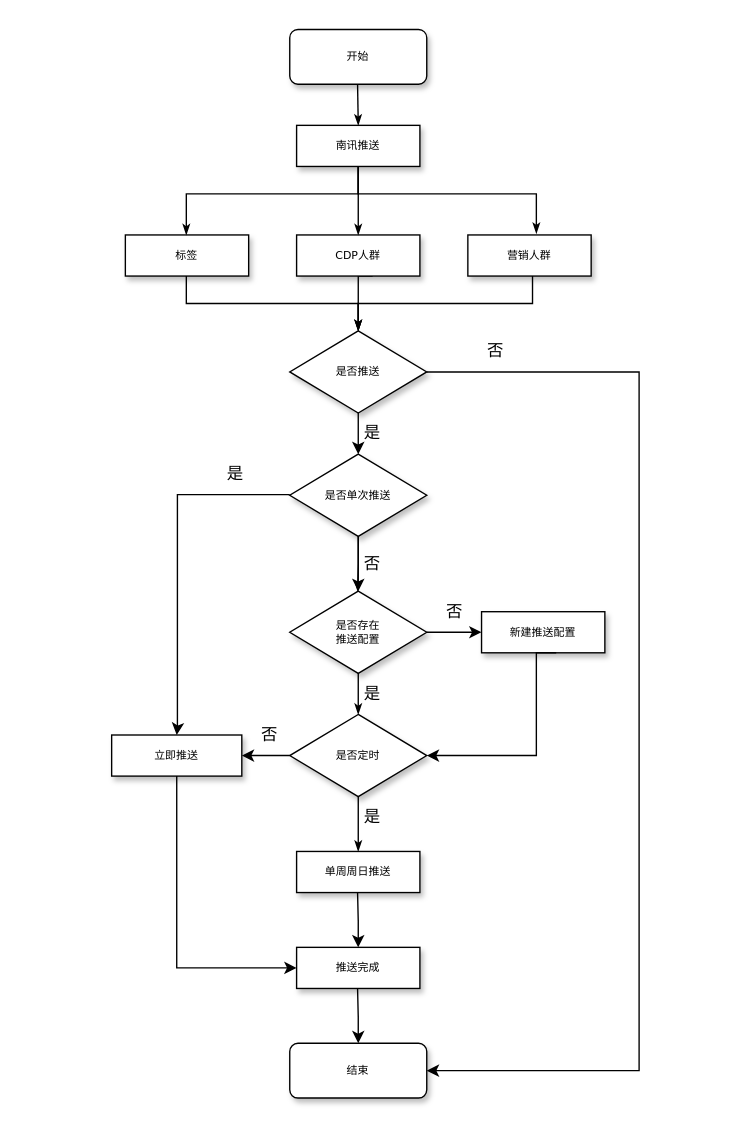
This is Dashboard流程图.drawio from natyuen/huatu, a draw.io file, before an edit. Source tidied: cells renumbered, new cells numbered last; positions are measured from the earlier drawing's top-left corner, leaving out a move shared by most shapes. Both pictures are drawn from the tidied source at 137%, with x=0, y=0 at pixel (-40, 29).
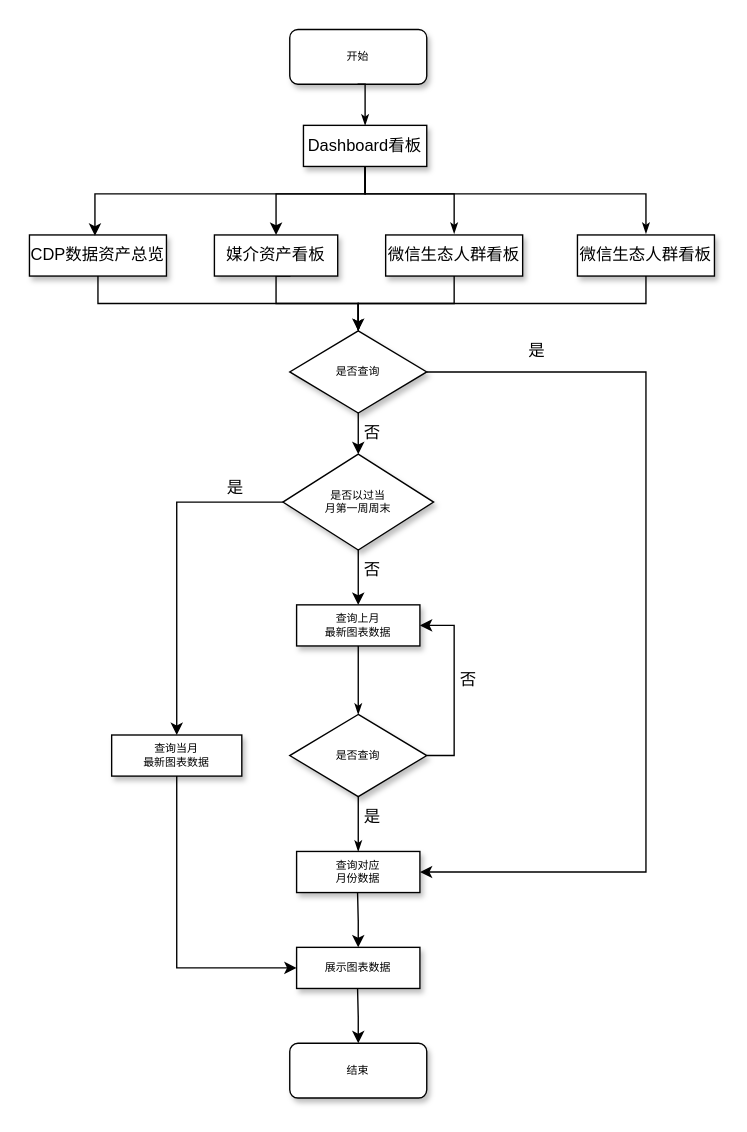
Above is the later version.

Commit message:
更新Dashboard流程图.drawio

The edit, as a diff of the source:
```diff
@@
-    <mxCell id="3" value="南讯推送" style="rounded=0;whiteSpace=wrap;html=1;shadow=1;labelBackgroundColor=none;strokeWidth=1;fontFamily=Verdana;fontSize=8;align=center;" parent="1" vertex="1">
-      <mxGeometry x="245" y="70" width="90" height="30" as="geometry" />
+    <mxCell id="3" value="&lt;font style=&quot;font-family: Helvetica; font-size: 12px;&quot;&gt;&lt;span style=&quot;font-family: Calibri; text-align: justify; background-color: initial;&quot;&gt;D&lt;/span&gt;&lt;span style=&quot;text-align: justify; background-color: initial; font-family: 宋体;&quot;&gt;&lt;font face=&quot;Calibri&quot;&gt;ash&lt;/font&gt;&lt;/span&gt;&lt;span style=&quot;font-family: Calibri; text-align: justify; background-color: initial;&quot;&gt;board&lt;/span&gt;&lt;/font&gt;&lt;span style=&quot;font-size: 12px; background-color: initial; font-family: Calibri; text-align: justify;&quot;&gt;看板&lt;/span&gt;" style="rounded=0;whiteSpace=wrap;html=1;shadow=1;labelBackgroundColor=none;strokeWidth=1;fontFamily=Verdana;fontSize=8;align=center;" parent="1" vertex="1">
+      <mxGeometry x="250" y="70" width="90" height="30" as="geometry" />
     </mxCell>
-    <mxCell id="4" value="是否推送" style="rhombus;whiteSpace=wrap;html=1;rounded=0;shadow=1;labelBackgroundColor=none;strokeWidth=1;fontFamily=Verdana;fontSize=8;align=center;" parent="1" vertex="1">
+    <mxCell id="4" value="是否查询" style="rhombus;whiteSpace=wrap;html=1;rounded=0;shadow=1;labelBackgroundColor=none;strokeWidth=1;fontFamily=Verdana;fontSize=8;align=center;" parent="1" vertex="1">
       <mxGeometry x="240" y="220" width="100" height="60" as="geometry" />
     </mxCell>
@@
-    <mxCell id="7" value="立即推送" style="whiteSpace=wrap;html=1;rounded=0;shadow=1;labelBackgroundColor=none;strokeWidth=1;fontFamily=Verdana;fontSize=8;align=center;spacing=6;" parent="1" vertex="1">
+    <mxCell id="7" value="查询当月&lt;br&gt;最新图表数据" style="whiteSpace=wrap;html=1;rounded=0;shadow=1;labelBackgroundColor=none;strokeWidth=1;fontFamily=Verdana;fontSize=8;align=center;spacing=6;" parent="1" vertex="1">
       <mxGeometry x="110" y="515" width="95" height="30" as="geometry" />
     </mxCell>
-    <mxCell id="8" value="单周周日推送" style="whiteSpace=wrap;html=1;rounded=0;shadow=1;labelBackgroundColor=none;strokeWidth=1;fontFamily=Verdana;fontSize=8;align=center;" parent="1" vertex="1">
+    <mxCell id="8" value="查询对应&lt;br&gt;月份数据" style="whiteSpace=wrap;html=1;rounded=0;shadow=1;labelBackgroundColor=none;strokeWidth=1;fontFamily=Verdana;fontSize=8;align=center;" parent="1" vertex="1">
       <mxGeometry x="245" y="600" width="90" height="30" as="geometry" />
     </mxCell>
@@
-    <mxCell id="12" value="标签" style="rounded=0;whiteSpace=wrap;html=1;shadow=1;labelBackgroundColor=none;strokeWidth=1;fontFamily=Verdana;fontSize=8;align=center;" parent="1" vertex="1">
-      <mxGeometry x="120" y="150" width="90" height="30" as="geometry" />
+    <mxCell id="12" value="&lt;span style=&quot;font-family: Calibri; font-size: 12px; text-align: justify;&quot;&gt;CDP数据资产总览&lt;/span&gt;" style="rounded=0;whiteSpace=wrap;html=1;shadow=1;labelBackgroundColor=none;strokeWidth=1;fontFamily=Verdana;fontSize=8;align=center;" parent="1" vertex="1">
+      <mxGeometry x="50" y="150" width="100" height="30" as="geometry" />
     </mxCell>
-    <mxCell id="13" value="营销人群" style="rounded=0;whiteSpace=wrap;html=1;shadow=1;labelBackgroundColor=none;strokeWidth=1;fontFamily=Verdana;fontSize=8;align=center;" parent="1" vertex="1">
-      <mxGeometry x="370" y="150" width="90" height="30" as="geometry" />
+    <mxCell id="13" value="&lt;span style=&quot;font-family: Calibri; font-size: 12px; text-align: justify;&quot;&gt;微信生态人群看板&lt;/span&gt;" style="rounded=0;whiteSpace=wrap;html=1;shadow=1;labelBackgroundColor=none;strokeWidth=1;fontFamily=Verdana;fontSize=8;align=center;" parent="1" vertex="1">
+      <mxGeometry x="310" y="150" width="100" height="30" as="geometry" />
     </mxCell>
-    <mxCell id="14" style="edgeStyle=orthogonalEdgeStyle;rounded=0;html=1;labelBackgroundColor=none;startSize=5;endArrow=classicThin;endFill=1;endSize=5;jettySize=auto;strokeWidth=1;fontFamily=Verdana;fontSize=8;exitX=0.5;exitY=1;exitDx=0;exitDy=0;startArrow=none;entryX=0.5;entryY=0;entryDx=0;entryDy=0;" parent="1" edge="1" target="4">
-      <mxGeometry relative="1" as="geometry">
-        <mxPoint x="164.5" y="180" as="sourcePoint" />
-        <Array as="points">
-          <mxPoint x="165" y="200" />
-          <mxPoint x="290" y="200" />
-        </Array>
-      </mxGeometry>
+    <mxCell id="14" style="edgeStyle=elbowEdgeStyle;rounded=0;html=1;labelBackgroundColor=none;startSize=5;endArrow=classicThin;endFill=1;endSize=5;jettySize=auto;strokeWidth=1;fontFamily=Verdana;fontSize=8;exitX=0.5;exitY=1;exitDx=0;exitDy=0;startArrow=none;entryX=0.5;entryY=0;entryDx=0;entryDy=0;elbow=vertical;" parent="1" edge="1" source="12" target="4">
+      <mxGeometry relative="1" as="geometry" />
     </mxCell>
-    <mxCell id="15" style="edgeStyle=orthogonalEdgeStyle;rounded=0;html=1;labelBackgroundColor=none;startSize=5;endArrow=classicThin;endFill=1;endSize=5;jettySize=auto;orthogonalLoop=1;strokeWidth=1;fontFamily=Verdana;fontSize=8;exitX=0.5;exitY=1;exitDx=0;exitDy=0;startArrow=none;" parent="1" edge="1">
+    <mxCell id="15" style="edgeStyle=elbowEdgeStyle;rounded=0;html=1;labelBackgroundColor=none;startSize=5;endArrow=classicThin;endFill=1;endSize=5;jettySize=auto;strokeWidth=1;fontFamily=Verdana;fontSize=8;exitX=0.5;exitY=1;exitDx=0;exitDy=0;startArrow=none;elbow=vertical;" parent="1" edge="1" source="13">
       <mxGeometry relative="1" as="geometry">
-        <mxPoint x="417.2" y="180" as="sourcePoint" />
         <mxPoint x="290" y="220" as="targetPoint" />
-        <Array as="points">
-          <mxPoint x="417" y="200" />
-          <mxPoint x="290" y="200" />
-        </Array>
       </mxGeometry>
     </mxCell>
     <mxCell id="16" style="edgeStyle=orthogonalEdgeStyle;rounded=0;html=1;labelBackgroundColor=none;startSize=5;endArrow=none;endFill=1;endSize=5;jettySize=auto;strokeWidth=1;fontFamily=Verdana;fontSize=8;exitX=0.5;exitY=1;exitDx=0;exitDy=0;startArrow=none;" parent="1" edge="1" source="17">
       <mxGeometry relative="1" as="geometry">
-        <mxPoint x="300" y="160" as="targetPoint" />
+        <mxPoint x="240" y="160" as="targetPoint" />
       </mxGeometry>
     </mxCell>
-    <mxCell id="17" value="CDP人群" style="rounded=0;whiteSpace=wrap;html=1;shadow=1;labelBackgroundColor=none;strokeWidth=1;fontFamily=Verdana;fontSize=8;align=center;" parent="1" vertex="1">
-      <mxGeometry x="245" y="150" width="90" height="30" as="geometry" />
+    <mxCell id="17" value="&lt;span style=&quot;font-family: Calibri; font-size: 12px; text-align: justify;&quot;&gt;媒介资产看板&lt;/span&gt;" style="rounded=0;whiteSpace=wrap;html=1;shadow=1;labelBackgroundColor=none;strokeWidth=1;fontFamily=Verdana;fontSize=8;align=center;" parent="1" vertex="1">
+      <mxGeometry x="185" y="150" width="90" height="30" as="geometry" />
     </mxCell>
-    <mxCell id="18" style="edgeStyle=orthogonalEdgeStyle;rounded=0;html=1;labelBackgroundColor=none;startSize=5;endArrow=classicThin;endFill=1;endSize=5;jettySize=auto;strokeWidth=1;fontFamily=Verdana;fontSize=8;exitX=0.5;exitY=1;exitDx=0;exitDy=0;" parent="1" edge="1" source="3">
+    <mxCell id="18" style="edgeStyle=elbowEdgeStyle;rounded=0;html=1;labelBackgroundColor=none;startSize=5;endArrow=classicThin;endFill=1;endSize=5;jettySize=auto;strokeWidth=1;fontFamily=Verdana;fontSize=8;exitX=0.5;exitY=1;exitDx=0;exitDy=0;elbow=vertical;" parent="1" edge="1" source="3">
       <mxGeometry x="-0.67" y="10" relative="1" as="geometry">
-        <mxPoint x="420" y="149" as="targetPoint" />
+        <mxPoint x="360" y="149" as="targetPoint" />
         <Array as="points">
-          <mxPoint x="290" y="120" />
-          <mxPoint x="420" y="120" />
+          <mxPoint x="310" y="120" />
         </Array>
       </mxGeometry>
     </mxCell>
-    <mxCell id="19" style="edgeStyle=orthogonalEdgeStyle;rounded=0;html=1;labelBackgroundColor=none;startSize=5;endArrow=classicThin;endFill=1;endSize=5;jettySize=auto;orthogonalLoop=1;strokeWidth=1;fontFamily=Verdana;fontSize=8;" parent="1" edge="1">
-      <mxGeometry x="-0.67" y="10" relative="1" as="geometry">
-        <mxPoint x="290" y="100" as="sourcePoint" />
-        <mxPoint x="290" y="150" as="targetPoint" />
-        <Array as="points">
-          <mxPoint x="290" y="120" />
-          <mxPoint x="290" y="120" />
-        </Array>
-      </mxGeometry>
-    </mxCell>
-    <mxCell id="20" style="edgeStyle=orthogonalEdgeStyle;rounded=0;html=1;labelBackgroundColor=none;startSize=5;endArrow=classicThin;endFill=1;endSize=5;jettySize=auto;orthogonalLoop=1;strokeWidth=1;fontFamily=Verdana;fontSize=8;" parent="1" edge="1">
-      <mxGeometry x="-0.67" y="10" relative="1" as="geometry">
-        <mxPoint x="290" y="100" as="sourcePoint" />
-        <mxPoint x="164.5" y="150" as="targetPoint" />
-        <Array as="points">
-          <mxPoint x="290" y="120" />
-          <mxPoint x="165" y="120" />
-        </Array>
-      </mxGeometry>
-    </mxCell>
-    <mxCell id="21" value="是否存在&lt;br&gt;推送配置" style="rhombus;whiteSpace=wrap;html=1;rounded=0;shadow=1;labelBackgroundColor=none;strokeWidth=1;fontFamily=Verdana;fontSize=8;align=center;" parent="1" vertex="1">
-      <mxGeometry x="240" y="410" width="100" height="60" as="geometry" />
-    </mxCell>
-    <mxCell id="22" value="是" style="text;html=1;align=center;verticalAlign=middle;strokeColor=none;fillColor=none;" parent="1" vertex="1">
+    <mxCell id="22" value="否" style="text;html=1;align=center;verticalAlign=middle;strokeColor=none;fillColor=none;" parent="1" vertex="1">
       <mxGeometry x="280" y="280" width="40" height="30" as="geometry" />
     </mxCell>
-    <mxCell id="23" value="是否定时" style="rhombus;whiteSpace=wrap;html=1;rounded=0;shadow=1;labelBackgroundColor=none;strokeWidth=1;fontFamily=Verdana;fontSize=8;align=center;" parent="1" vertex="1">
+    <mxCell id="23" value="是否查询" style="rhombus;whiteSpace=wrap;html=1;rounded=0;shadow=1;labelBackgroundColor=none;strokeWidth=1;fontFamily=Verdana;fontSize=8;align=center;" parent="1" vertex="1">
       <mxGeometry x="240" y="500" width="100" height="60" as="geometry" />
     </mxCell>
-    <mxCell id="24" value="是" style="text;html=1;align=center;verticalAlign=middle;strokeColor=none;fillColor=none;" parent="1" vertex="1">
-      <mxGeometry x="280" y="470" width="40" height="30" as="geometry" />
-    </mxCell>
-    <mxCell id="25" style="edgeStyle=orthogonalEdgeStyle;rounded=0;jettySize=auto;html=1;" parent="1" edge="1" source="26" target="21">
+    <mxCell id="25" style="edgeStyle=orthogonalEdgeStyle;rounded=0;jettySize=auto;html=1;entryX=0.5;entryY=0;entryDx=0;entryDy=0;" parent="1" edge="1" source="26" target="51">
       <mxGeometry relative="1" as="geometry" />
     </mxCell>
-    <mxCell id="26" value="是否单次推送" style="rhombus;whiteSpace=wrap;html=1;rounded=0;shadow=1;labelBackgroundColor=none;strokeWidth=1;fontFamily=Verdana;fontSize=8;align=center;" parent="1" vertex="1">
-      <mxGeometry x="240" y="310" width="100" height="60" as="geometry" />
+    <mxCell id="26" value="是否以过当&lt;br&gt;月第一周周末" style="rhombus;whiteSpace=wrap;html=1;rounded=0;shadow=1;labelBackgroundColor=none;strokeWidth=1;fontFamily=Verdana;fontSize=8;align=center;" parent="1" vertex="1">
+      <mxGeometry x="235" y="310" width="110" height="70" as="geometry" />
     </mxCell>
-    <mxCell id="27" style="edgeStyle=orthogonalEdgeStyle;rounded=0;html=1;labelBackgroundColor=none;startSize=5;endArrow=classicThin;endFill=1;endSize=5;jettySize=auto;orthogonalLoop=1;strokeWidth=1;fontFamily=Verdana;fontSize=8;" parent="1" edge="1">
-      <mxGeometry relative="1" as="geometry">
-        <mxPoint x="290" y="370" as="sourcePoint" />
-        <mxPoint x="289.5" y="410" as="targetPoint" />
-        <Array as="points">
-          <mxPoint x="290" y="390" />
-        </Array>
-      </mxGeometry>
-    </mxCell>
@@
     <mxCell id="29" value="否" style="text;html=1;align=center;verticalAlign=middle;strokeColor=none;fillColor=none;" parent="1" vertex="1">
-      <mxGeometry x="280" y="375" width="40" height="30" as="geometry" />
+      <mxGeometry x="280" y="380" width="40" height="30" as="geometry" />
     </mxCell>
-    <mxCell id="30" style="edgeStyle=orthogonalEdgeStyle;rounded=0;jettySize=auto;html=1;exitX=0;exitY=0.5;exitDx=0;exitDy=0;entryX=0.5;entryY=0;entryDx=0;entryDy=0;" parent="1" edge="1" target="7">
+    <mxCell id="30" style="edgeStyle=elbowEdgeStyle;rounded=0;jettySize=auto;html=1;exitX=0;exitY=0.5;exitDx=0;exitDy=0;entryX=0.5;entryY=0;entryDx=0;entryDy=0;elbow=vertical;" parent="1" edge="1" source="26" target="7">
       <mxGeometry relative="1" as="geometry">
-        <mxPoint x="240" y="339.5" as="sourcePoint" />
         <Array as="points">
-          <mxPoint x="158" y="340" />
-          <mxPoint x="158" y="510" />
+          <mxPoint x="200" y="345" />
         </Array>
       </mxGeometry>
     </mxCell>
-    <mxCell id="31" value="否" style="text;html=1;align=center;verticalAlign=middle;strokeColor=none;fillColor=none;" parent="1" vertex="1">
-      <mxGeometry x="370" y="220" width="40" height="30" as="geometry" />
+    <mxCell id="31" value="是" style="text;html=1;align=center;verticalAlign=middle;strokeColor=none;fillColor=none;" parent="1" vertex="1">
+      <mxGeometry x="400" y="220" width="40" height="30" as="geometry" />
     </mxCell>
@@
-    <mxCell id="33" value="新建推送配置" style="rounded=0;whiteSpace=wrap;html=1;shadow=1;labelBackgroundColor=none;strokeWidth=1;fontFamily=Verdana;fontSize=8;align=center;" parent="1" vertex="1">
-      <mxGeometry x="380" y="425" width="90" height="30" as="geometry" />
-    </mxCell>
-    <mxCell id="34" style="edgeStyle=orthogonalEdgeStyle;rounded=0;jettySize=auto;html=1;exitX=1;exitY=0.5;exitDx=0;exitDy=0;entryX=0;entryY=0.5;entryDx=0;entryDy=0;" parent="1" edge="1" source="21" target="33">
-      <mxGeometry relative="1" as="geometry" />
-    </mxCell>
-    <mxCell id="35" style="edgeStyle=orthogonalEdgeStyle;rounded=0;jettySize=auto;html=1;exitX=0;exitY=0.5;exitDx=0;exitDy=0;entryX=1;entryY=0.5;entryDx=0;entryDy=0;" parent="1" edge="1" source="23" target="7">
+    <mxCell id="35" style="edgeStyle=orthogonalEdgeStyle;rounded=0;jettySize=auto;html=1;exitX=1;exitY=0.5;exitDx=0;exitDy=0;entryX=1;entryY=0.5;entryDx=0;entryDy=0;" parent="1" edge="1" source="23" target="51">
       <mxGeometry relative="1" as="geometry" />
     </mxCell>
     <mxCell id="36" value="否" style="text;html=1;align=center;verticalAlign=middle;strokeColor=none;fillColor=none;" parent="1" vertex="1">
-      <mxGeometry x="205" y="500" width="40" height="30" as="geometry" />
+      <mxGeometry x="350" y="460" width="40" height="30" as="geometry" />
     </mxCell>
-    <mxCell id="37" value="否" style="text;html=1;align=center;verticalAlign=middle;strokeColor=none;fillColor=none;" parent="1" vertex="1">
-      <mxGeometry x="340" y="410" width="40" height="30" as="geometry" />
-    </mxCell>
     <mxCell id="38" value="是" style="text;html=1;align=center;verticalAlign=middle;strokeColor=none;fillColor=none;" parent="1" vertex="1">
-      <mxGeometry x="180" y="310" width="40" height="30" as="geometry" />
+      <mxGeometry x="180" y="320" width="40" height="30" as="geometry" />
     </mxCell>
-    <mxCell id="39" style="edgeStyle=orthogonalEdgeStyle;rounded=0;jettySize=auto;html=1;entryX=1;entryY=0.5;entryDx=0;entryDy=0;" parent="1" edge="1" target="23">
-      <mxGeometry relative="1" as="geometry">
-        <mxPoint x="434.5" y="455" as="sourcePoint" />
-        <Array as="points">
-          <mxPoint x="420" y="455" />
-          <mxPoint x="420" y="530" />
-        </Array>
-      </mxGeometry>
-    </mxCell>
-    <mxCell id="40" value="推送完成" style="rounded=0;whiteSpace=wrap;html=1;shadow=1;labelBackgroundColor=none;strokeWidth=1;fontFamily=Verdana;fontSize=8;align=center;" parent="1" vertex="1">
+    <mxCell id="40" value="展示图表数据" style="rounded=0;whiteSpace=wrap;html=1;shadow=1;labelBackgroundColor=none;strokeWidth=1;fontFamily=Verdana;fontSize=8;align=center;" parent="1" vertex="1">
       <mxGeometry x="245" y="670" width="90" height="30" as="geometry" />
     </mxCell>
@@
-    <mxCell id="43" style="edgeStyle=orthogonalEdgeStyle;rounded=0;jettySize=auto;html=1;exitX=1;exitY=0.5;exitDx=0;exitDy=0;" parent="1" edge="1" source="4">
+    <mxCell id="43" style="edgeStyle=elbowEdgeStyle;rounded=0;jettySize=auto;html=1;exitX=1;exitY=0.5;exitDx=0;exitDy=0;entryX=1;entryY=0.5;entryDx=0;entryDy=0;" parent="1" edge="1" source="4" target="8">
       <mxGeometry relative="1" as="geometry">
-        <mxPoint x="340" y="760" as="targetPoint" />
         <Array as="points">
-          <mxPoint x="495" y="250" />
-          <mxPoint x="495" y="760" />
+          <mxPoint x="500" y="440" />
         </Array>
       </mxGeometry>
     </mxCell>
@@
+    <mxCell id="46" value="&lt;span style=&quot;font-family: Calibri; font-size: 12px; text-align: justify;&quot;&gt;微信生态人群看板&lt;/span&gt;" style="rounded=0;whiteSpace=wrap;html=1;shadow=1;labelBackgroundColor=none;strokeWidth=1;fontFamily=Verdana;fontSize=8;align=center;" parent="1" vertex="1">
+      <mxGeometry x="450" y="150" width="100" height="30" as="geometry" />
+    </mxCell>
+    <mxCell id="47" style="edgeStyle=elbowEdgeStyle;rounded=0;html=1;labelBackgroundColor=none;startSize=5;endArrow=classicThin;endFill=1;endSize=5;jettySize=auto;strokeWidth=1;fontFamily=Verdana;fontSize=8;exitX=0.5;exitY=1;exitDx=0;exitDy=0;elbow=vertical;" parent="1" edge="1" source="3">
+      <mxGeometry x="-0.67" y="10" relative="1" as="geometry">
+        <mxPoint x="500" y="149" as="targetPoint" />
+        <Array as="points">
+          <mxPoint x="310" y="120" />
+        </Array>
+      </mxGeometry>
+    </mxCell>
+    <mxCell id="48" style="endArrow=classic;html=1;rounded=0;elbow=vertical;entryX=0.5;entryY=0;entryDx=0;entryDy=0;exitX=0.5;exitY=1;exitDx=0;exitDy=0;edgeStyle=elbowEdgeStyle;" parent="1" edge="1" source="3" target="17">
+      <mxGeometry relative="1" as="geometry">
+        <Array as="points">
+          <mxPoint x="260" y="120" />
+        </Array>
+      </mxGeometry>
+    </mxCell>
+    <mxCell id="49" style="endArrow=classic;html=1;rounded=0;elbow=vertical;entryX=0.478;entryY=0.02;entryDx=0;entryDy=0;entryPerimeter=0;exitX=0.5;exitY=1;exitDx=0;exitDy=0;edgeStyle=elbowEdgeStyle;" parent="1" edge="1" source="3" target="12">
+      <mxGeometry relative="1" as="geometry">
+        <Array as="points">
+          <mxPoint x="260" y="120" />
+        </Array>
+      </mxGeometry>
+    </mxCell>
+    <mxCell id="50" style="endArrow=classic;html=1;rounded=0;elbow=vertical;entryX=0.5;entryY=0;entryDx=0;entryDy=0;exitX=0.5;exitY=1;exitDx=0;exitDy=0;edgeStyle=elbowEdgeStyle;" parent="1" edge="1" source="46" target="4">
+      <mxGeometry relative="1" as="geometry" />
+    </mxCell>
+    <mxCell id="51" value="查询上月&lt;br&gt;最新图表数据" style="rounded=0;whiteSpace=wrap;html=1;shadow=1;labelBackgroundColor=none;strokeWidth=1;fontFamily=Verdana;fontSize=8;align=center;" parent="1" vertex="1">
+      <mxGeometry x="245" y="420" width="90" height="30" as="geometry" />
+    </mxCell>
```
